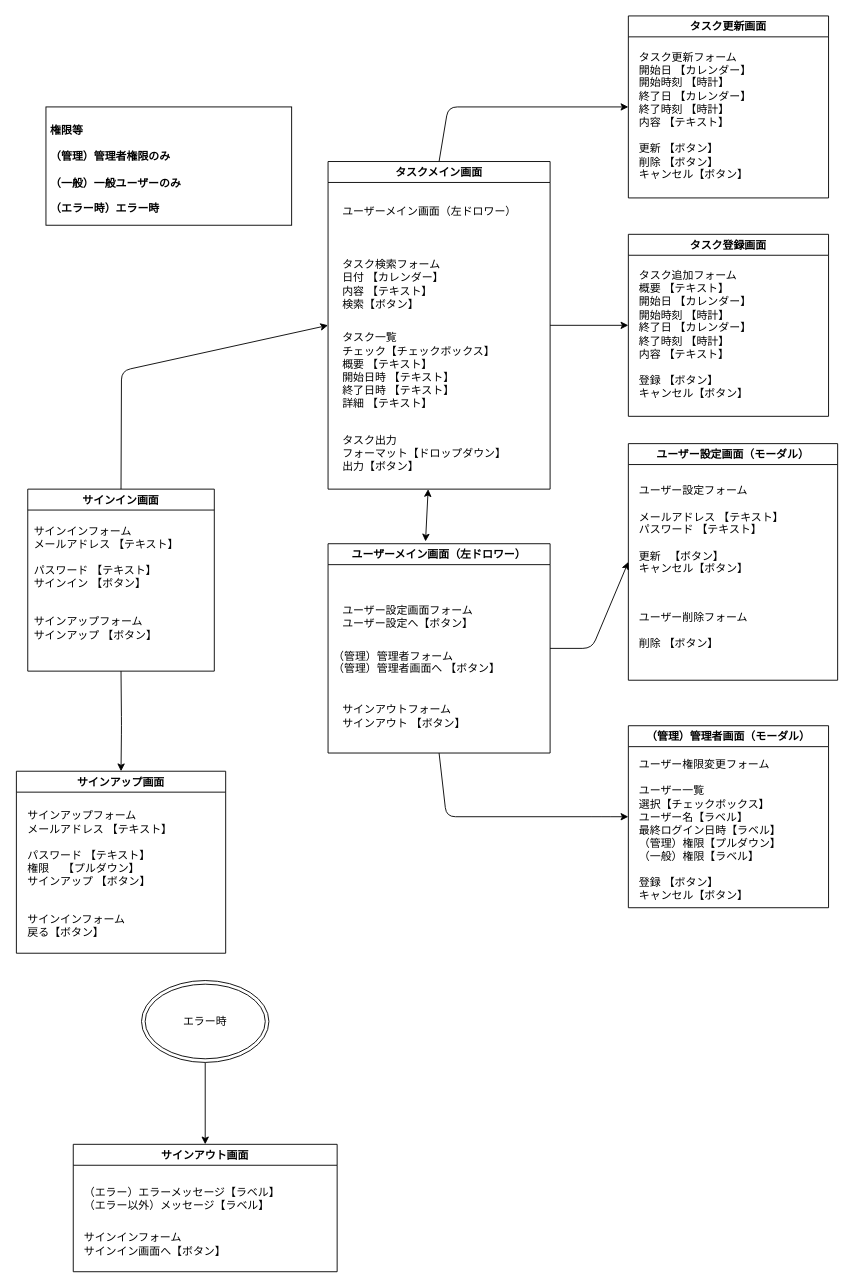
The draw.io diagram doc/01_要件定義/画面遷移図.drawio in kamiya-daiki/SpringBoot4-Portfolio, before the edit. Source tidied: cells renumbered, new cells numbered last; positions are measured from the earlier drawing's top-left corner, leaving out a move shared by most shapes. Both pictures are drawn from the tidied source at 91%, with x=0, y=0 at pixel (16, 15).
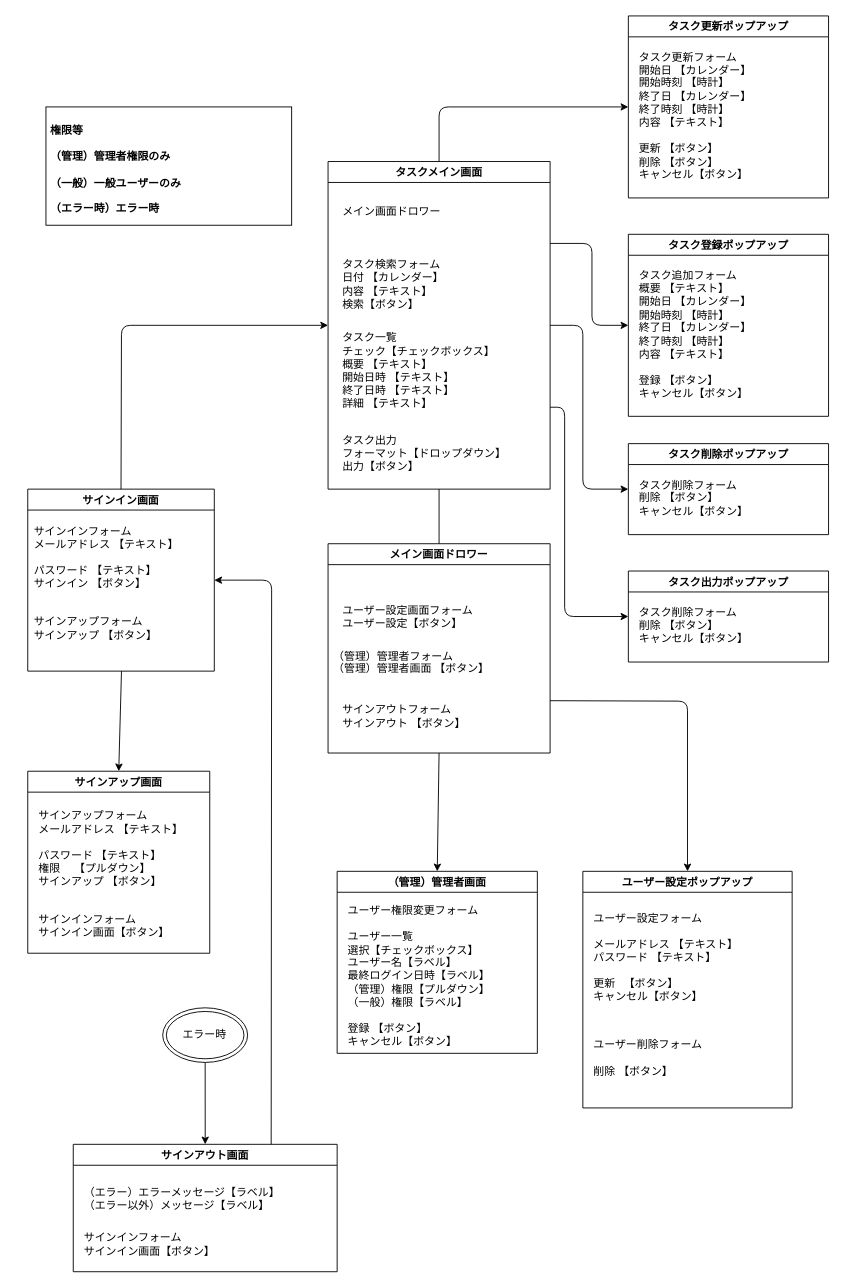
Above is the later version.

The change refers to these unchanged cells:
```xml
<mxCell id="3" value="サインイン画面" style="swimlane;startSize=23;" parent="1" vertex="1">
  <mxGeometry x="12" y="520" width="205" height="200" as="geometry" />
</mxCell>
<mxCell id="6" value="タスクメイン画面" style="swimlane;startSize=23;" parent="1" vertex="1">
  <mxGeometry x="342" y="160" width="244" height="360" as="geometry" />
</mxCell>
<mxCell id="9" value="タスク出力&#10;フォーマット【ドロップダウン】&#10;出力【ボタン】" style="text;align=left;verticalAlign=middle;points=[];strokeColor=none;fillColor=none;fontColor=light-dark(#000000,#FFFFFF);" parent="6" vertex="1">
  <mxGeometry x="14" y="290" width="200" height="60" as="geometry" />
</mxCell>
<mxCell id="27" value="サインアウト画面" style="swimlane;startSize=23;" parent="1" vertex="1">
  <mxGeometry x="62" y="1240" width="290" height="140" as="geometry" />
</mxCell>
```

Diff of the diagram source:
```diff
@@
-    <mxCell id="2" style="edgeStyle=none;html=1;entryX=0.5;entryY=0;entryDx=0;entryDy=0;exitX=0.5;exitY=1;exitDx=0;exitDy=0;" parent="1" edge="1" source="3" target="11">
+    <mxCell id="2" style="edgeStyle=none;html=1;entryX=0.5;entryY=0;entryDx=0;entryDy=0;" parent="1" edge="1" target="11">
       <mxGeometry relative="1" as="geometry">
-        <Array as="points">
-          <mxPoint x="115" y="780" />
-        </Array>
+        <mxPoint x="115" y="720" as="sourcePoint" />
       </mxGeometry>
     </mxCell>
@@
-    <mxCell id="10" value="ユーザーメイン画面（左ドロワー）" style="text;html=1;align=left;verticalAlign=middle;strokeColor=none;fillColor=none;" parent="6" vertex="1">
-      <mxGeometry x="14" y="40" width="210" height="30" as="geometry" />
+    <mxCell id="10" value="メイン画面ドロワー" style="text;html=1;align=left;verticalAlign=middle;strokeColor=none;fillColor=none;" parent="6" vertex="1">
+      <mxGeometry x="14" y="40" width="130" height="30" as="geometry" />
     </mxCell>
     <mxCell id="11" value="サインアップ画面" style="swimlane;startSize=23;" parent="1" vertex="1">
-      <mxGeometry x="-0.5" y="830" width="230" height="200" as="geometry" />
+      <mxGeometry x="12" y="830" width="200" height="200" as="geometry" />
     </mxCell>
@@
-    <mxCell id="13" value="サインインフォーム&#10;戻る【ボタン】" style="text;html=1;align=left;verticalAlign=middle;strokeColor=none;fillColor=none;" parent="11" vertex="1">
-      <mxGeometry x="10" y="150" width="130" height="40" as="geometry" />
+    <mxCell id="13" value="サインインフォーム&lt;br&gt;サインイン画面【ボタン】" style="text;html=1;align=left;verticalAlign=middle;strokeColor=none;fillColor=none;" parent="11" vertex="1">
+      <mxGeometry x="10" y="150" width="170" height="40" as="geometry" />
     </mxCell>
     <mxCell id="14" style="edgeStyle=none;html=1;exitX=0.5;exitY=0;exitDx=0;exitDy=0;entryX=0;entryY=0.5;entryDx=0;entryDy=0;" parent="1" edge="1" source="3" target="6">
       <mxGeometry relative="1" as="geometry">
         <Array as="points">
-          <mxPoint x="115" y="390" />
+          <mxPoint x="115" y="340" />
         </Array>
       </mxGeometry>
     </mxCell>
-    <mxCell id="15" value="（管理）管理者画面（モーダル）" style="swimlane;startSize=23;fillColor=none;fontColor=default;" parent="1" vertex="1">
-      <mxGeometry x="672" y="780" width="220" height="200" as="geometry" />
+    <mxCell id="15" value="（管理）管理者画面" style="swimlane;startSize=23;fillColor=none;fontColor=default;" parent="1" vertex="1">
+      <mxGeometry x="352" y="940" width="220" height="200" as="geometry" />
     </mxCell>
@@
-    <mxCell id="17" value="タスク登録画面" style="swimlane;startSize=23;" parent="1" vertex="1">
+    <mxCell id="17" value="タスク登録ポップアップ" style="swimlane;startSize=23;" parent="1" vertex="1">
       <mxGeometry x="672" y="240" width="220" height="200" as="geometry" />
     </mxCell>
@@
-    <mxCell id="19" style="edgeStyle=none;html=1;exitX=1;exitY=0.5;exitDx=0;exitDy=0;entryX=0;entryY=0.5;entryDx=0;entryDy=0;" parent="1" edge="1" source="6" target="17">
-      <mxGeometry relative="1" as="geometry" />
+    <mxCell id="19" style="edgeStyle=none;html=1;exitX=1;exitY=0.25;exitDx=0;exitDy=0;entryX=0;entryY=0.5;entryDx=0;entryDy=0;" parent="1" edge="1" source="6" target="17">
+      <mxGeometry relative="1" as="geometry">
+        <Array as="points">
+          <mxPoint x="632" y="250" />
+          <mxPoint x="632" y="340" />
+        </Array>
+      </mxGeometry>
     </mxCell>
-    <mxCell id="20" style="edgeStyle=none;html=1;entryX=0;entryY=0.5;entryDx=0;entryDy=0;exitX=0.5;exitY=1;exitDx=0;exitDy=0;" parent="1" edge="1" source="33" target="15">
-      <mxGeometry relative="1" as="geometry">
-        <Array as="points">
-          <mxPoint x="472" y="880" />
-          <mxPoint x="642" y="880" />
-        </Array>
-      </mxGeometry>
+    <mxCell id="20" style="edgeStyle=none;html=1;entryX=0.5;entryY=0;entryDx=0;entryDy=0;exitX=0.5;exitY=1;exitDx=0;exitDy=0;" parent="1" edge="1" source="33" target="15">
+      <mxGeometry relative="1" as="geometry" />
     </mxCell>
-    <mxCell id="21" value="タスク更新画面" style="swimlane;startSize=23;" parent="1" vertex="1">
+    <mxCell id="21" value="タスク更新ポップアップ" style="swimlane;startSize=23;" parent="1" vertex="1">
       <mxGeometry x="672" width="220" height="200" as="geometry" />
     </mxCell>
@@
     <mxCell id="23" style="edgeStyle=none;html=1;exitX=0.5;exitY=0;exitDx=0;exitDy=0;entryX=0;entryY=0.5;entryDx=0;entryDy=0;" parent="1" edge="1" source="6" target="21">
       <mxGeometry relative="1" as="geometry">
         <Array as="points">
-          <mxPoint x="474" y="100" />
+          <mxPoint x="464" y="100" />
         </Array>
       </mxGeometry>
     </mxCell>
-    <mxCell id="24" value="ユーザー設定画面（モーダル）" style="swimlane;startSize=23;" parent="1" vertex="1">
-      <mxGeometry x="672" y="470" width="230" height="260" as="geometry" />
+    <mxCell id="24" value="ユーザー設定ポップアップ" style="swimlane;startSize=23;" parent="1" vertex="1">
+      <mxGeometry x="622" y="940" width="230" height="260" as="geometry" />
     </mxCell>
@@
-    <mxCell id="28" value="サインインフォーム&lt;div&gt;サインイン画面へ【ボタン】&lt;/div&gt;" style="text;html=1;align=left;verticalAlign=middle;strokeColor=none;fillColor=none;" parent="27" vertex="1">
-      <mxGeometry x="10" y="90" width="180" height="40" as="geometry" />
+    <mxCell id="28" value="&lt;font style=&quot;color: light-dark(rgb(0, 0, 0), rgb(255, 255, 255));&quot;&gt;サインインフォーム&lt;/font&gt;&lt;div&gt;&lt;font style=&quot;color: light-dark(rgb(0, 0, 0), rgb(255, 255, 255));&quot;&gt;サインイン画面【ボタン】&lt;/font&gt;&lt;/div&gt;" style="text;html=1;align=left;verticalAlign=middle;strokeColor=none;fillColor=none;" parent="27" vertex="1">
+      <mxGeometry x="10" y="90" width="170" height="40" as="geometry" />
     </mxCell>
@@
     <mxCell id="31" value="エラー時" style="ellipse;shape=doubleEllipse;whiteSpace=wrap;html=1;" parent="1" vertex="1">
-      <mxGeometry x="137" y="1060" width="140" height="90" as="geometry" />
+      <mxGeometry x="160.3" y="1090" width="93.3" height="60" as="geometry" />
     </mxCell>
@@
-    <mxCell id="33" value="ユーザーメイン画面（左ドロワー）" style="swimlane;startSize=23;" parent="1" vertex="1">
+    <mxCell id="33" value="メイン画面ドロワー" style="swimlane;startSize=23;" parent="1" vertex="1">
       <mxGeometry x="342" y="580" width="244" height="230" as="geometry" />
     </mxCell>
-    <mxCell id="34" value="（管理）管理者フォーム&#10;（管理）管理者画面へ&#9;【ボタン】" style="text;align=left;verticalAlign=middle;fillColor=default;" parent="33" vertex="1">
-      <mxGeometry x="4" y="110" width="210" height="40" as="geometry" />
+    <mxCell id="34" value="（管理）管理者フォーム&#10;（管理）管理者画面 【ボタン】" style="text;align=left;verticalAlign=middle;fillColor=default;" parent="33" vertex="1">
+      <mxGeometry x="4" y="110" width="190" height="40" as="geometry" />
     </mxCell>
-    <mxCell id="35" value="&lt;font style=&quot;&quot;&gt;サインアウトフォーム&lt;br&gt;&lt;span style=&quot;&quot;&gt;サイン&lt;/span&gt;アウト&#9;【ボタン】&lt;/font&gt;" style="text;html=1;align=left;verticalAlign=middle;strokeColor=none;fillColor=none;fontColor=light-dark(#000000,#FFFFFF);" parent="33" vertex="1">
+    <mxCell id="35" value="&lt;font style=&quot;color: light-dark(rgb(0, 0, 0), rgb(255, 255, 255));&quot;&gt;サインアウトフォーム&lt;br&gt;サインアウト&#9;【ボタン】&lt;/font&gt;" style="text;html=1;align=left;verticalAlign=middle;strokeColor=none;fillColor=none;fontColor=light-dark(#000000,#FFFFFF);" parent="33" vertex="1">
       <mxGeometry x="14" y="170" width="160" height="40" as="geometry" />
     </mxCell>
-    <mxCell id="36" value="ユーザー設定画面フォーム&#10;ユーザー設定へ【ボタン】" style="text;align=left;verticalAlign=middle;fillColor=default;fontColor=light-dark(#000000,#FFFFFF);" parent="33" vertex="1">
+    <mxCell id="36" value="ユーザー設定画面フォーム&#10;ユーザー設定【ボタン】" style="text;align=left;verticalAlign=middle;fillColor=default;fontColor=light-dark(#000000,#FFFFFF);" parent="33" vertex="1">
       <mxGeometry x="14" y="60" width="170" height="40" as="geometry" />
     </mxCell>
-    <mxCell id="37" style="edgeStyle=none;html=1;exitX=1;exitY=0.5;exitDx=0;exitDy=0;entryX=0;entryY=0.5;entryDx=0;entryDy=0;" parent="1" edge="1" source="33" target="24">
+    <mxCell id="37" style="edgeStyle=none;html=1;exitX=1;exitY=0.75;exitDx=0;exitDy=0;entryX=0.5;entryY=0;entryDx=0;entryDy=0;" parent="1" edge="1" source="33" target="24">
       <mxGeometry relative="1" as="geometry">
         <Array as="points">
-          <mxPoint x="632" y="695" />
+          <mxPoint x="737" y="753" />
         </Array>
       </mxGeometry>
     </mxCell>
-    <mxCell id="38" style="endArrow=classic;startArrow=classic;html=1;entryX=0.48;entryY=1.167;entryDx=0;entryDy=0;entryPerimeter=0;exitX=0.439;exitY=-0.011;exitDx=0;exitDy=0;exitPerimeter=0;" parent="1" edge="1" source="33" target="9">
-      <mxGeometry relative="1" as="geometry" />
-    </mxCell>
+    <mxCell id="39" value="タスク削除ポップアップ" style="swimlane;startSize=23;" parent="1" vertex="1">
+      <mxGeometry x="672" y="470" width="220" height="100" as="geometry" />
+    </mxCell>
+    <mxCell id="40" value="タスク削除フォーム&lt;br&gt;削除 【ボタン】&lt;br&gt;キャンセル【ボタン】&#9;&#9;" style="text;html=1;align=left;verticalAlign=middle;strokeColor=none;fillColor=none;" parent="39" vertex="1">
+      <mxGeometry x="10" y="30" width="140" height="60" as="geometry" />
+    </mxCell>
+    <mxCell id="41" style="endArrow=none;html=1;entryX=0.5;entryY=1;entryDx=0;entryDy=0;exitX=0.5;exitY=0;exitDx=0;exitDy=0;" parent="1" edge="1" source="33" target="6">
+      <mxGeometry relative="1" as="geometry" />
+    </mxCell>
+    <mxCell id="42" style="edgeStyle=none;html=1;exitX=1;exitY=0.5;exitDx=0;exitDy=0;entryX=0;entryY=0.5;entryDx=0;entryDy=0;" parent="1" edge="1" source="6" target="39">
+      <mxGeometry relative="1" as="geometry">
+        <Array as="points">
+          <mxPoint x="622" y="340" />
+          <mxPoint x="622" y="520" />
+        </Array>
+      </mxGeometry>
+    </mxCell>
+    <mxCell id="43" value="タスク出力ポップアップ" style="swimlane;startSize=23;" parent="1" vertex="1">
+      <mxGeometry x="672" y="610" width="220" height="100" as="geometry" />
+    </mxCell>
+    <mxCell id="44" value="タスク削除フォーム&lt;br&gt;削除 【ボタン】&lt;br&gt;キャンセル【ボタン】&#9;&#9;" style="text;html=1;align=left;verticalAlign=middle;strokeColor=none;fillColor=none;" parent="43" vertex="1">
+      <mxGeometry x="10" y="30" width="140" height="60" as="geometry" />
+    </mxCell>
+    <mxCell id="45" style="edgeStyle=none;html=1;entryX=0;entryY=0.5;entryDx=0;entryDy=0;exitX=1;exitY=0.75;exitDx=0;exitDy=0;" parent="1" edge="1" source="6" target="43">
+      <mxGeometry relative="1" as="geometry">
+        <Array as="points">
+          <mxPoint x="602" y="430" />
+          <mxPoint x="602" y="660" />
+        </Array>
+      </mxGeometry>
+    </mxCell>
+    <mxCell id="46" style="edgeStyle=none;html=1;entryX=1;entryY=0.5;entryDx=0;entryDy=0;exitX=0.75;exitY=0;exitDx=0;exitDy=0;" parent="1" edge="1" source="27" target="3">
+      <mxGeometry relative="1" as="geometry">
+        <Array as="points">
+          <mxPoint x="280" y="620" />
+        </Array>
+      </mxGeometry>
+    </mxCell>
```
